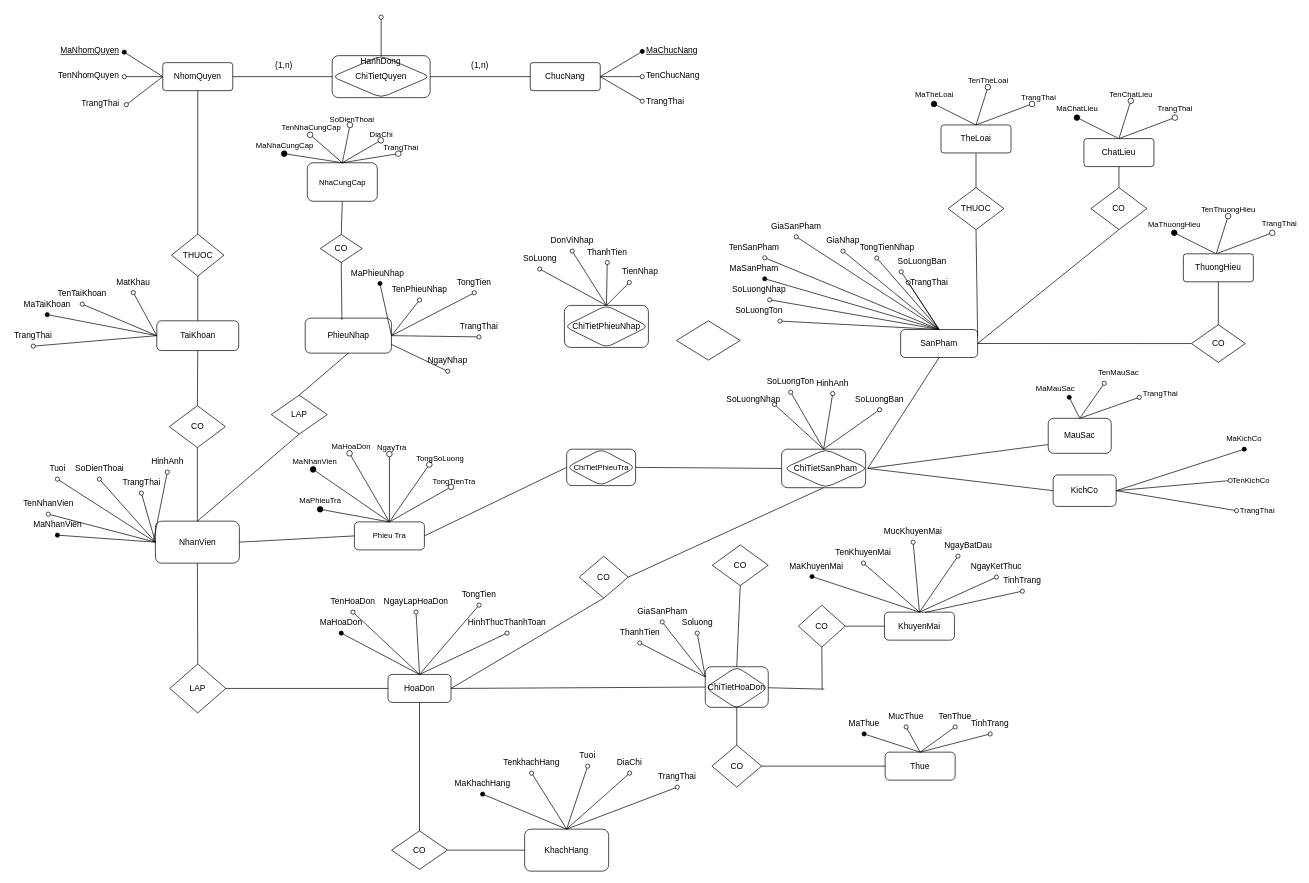
The draw.io diagram ERD.drawio in maivantai2003/SportStoreManager, before the edit. Source tidied: cells renumbered, new cells numbered last; positions are measured from the earlier drawing's top-left corner, leaving out a move shared by most shapes. Both pictures are drawn from the tidied source at 70%, with x=0, y=0 at pixel (12, 17).
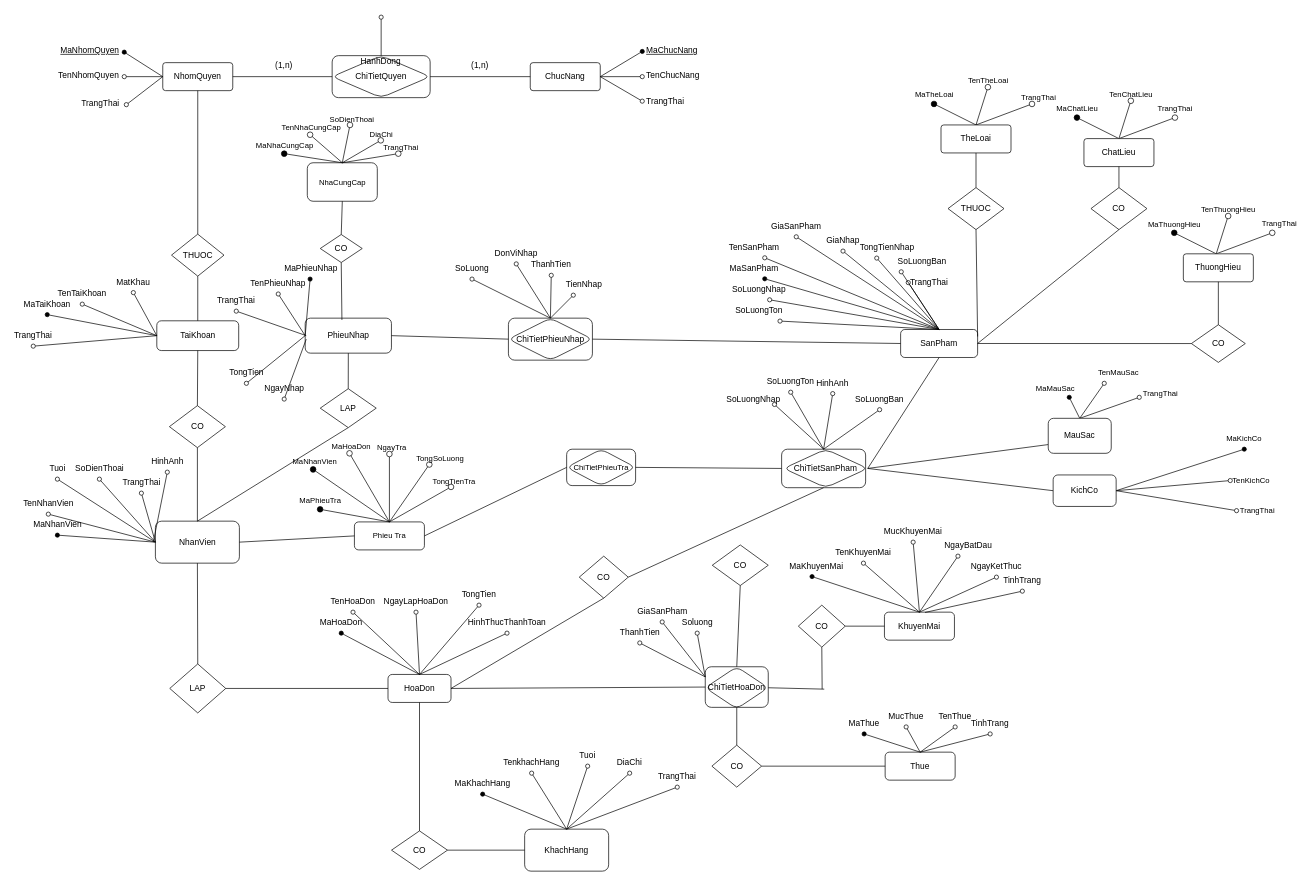
Above is the later version.

Commit message:
Cập nhật ERD.drawio

The change refers to these unchanged cells:
```xml
<mxCell id="3" value="SanPham" style="rounded=1;whiteSpace=wrap;html=1;" parent="1" vertex="1">
  <mxGeometry x="1269.1" y="446.2" width="110" height="40" as="geometry" />
</mxCell>
<mxCell id="132" value="PhieuNhap" style="rounded=1;whiteSpace=wrap;html=1;" parent="1" vertex="1">
  <mxGeometry x="418.5" y="430" width="123.2" height="50" as="geometry" />
</mxCell>
```

What changed in the source:
```diff
@@
     <mxCell id="164" style="rounded=1;whiteSpace=wrap;html=1;" parent="1" vertex="1">
-      <mxGeometry x="788.8" y="411.8" width="120" height="60" as="geometry" />
+      <mxGeometry x="708.8" y="430" width="120" height="60" as="geometry" />
     </mxCell>
     <mxCell id="165" value="ChiTietPhieuNhap" style="rhombus;whiteSpace=wrap;html=1;rounded=1;" parent="1" vertex="1">
-      <mxGeometry x="788.8" y="411.8" width="120" height="60" as="geometry" />
+      <mxGeometry x="708.8" y="430" width="120" height="60" as="geometry" />
     </mxCell>
@@
     <mxCell id="173" value="SoLuong" style="text;html=1;strokeColor=none;fillColor=none;align=center;verticalAlign=middle;whiteSpace=wrap;rounded=0;" parent="1" vertex="1">
-      <mxGeometry x="723.5" y="329.8" width="60" height="30" as="geometry" />
+      <mxGeometry x="626.8" y="344.2" width="60" height="30" as="geometry" />
     </mxCell>
@@
     <mxCell id="175" value="DonViNhap" style="text;html=1;strokeColor=none;fillColor=none;align=center;verticalAlign=middle;whiteSpace=wrap;rounded=0;" parent="1" vertex="1">
-      <mxGeometry x="770" y="304.2" width="60" height="30" as="geometry" />
+      <mxGeometry x="690" y="322.5" width="60" height="30" as="geometry" />
     </mxCell>
@@
     <mxCell id="177" value="ThanhTien" style="text;html=1;strokeColor=none;fillColor=none;align=center;verticalAlign=middle;whiteSpace=wrap;rounded=0;" parent="1" vertex="1">
-      <mxGeometry x="820" y="320.5" width="60" height="30" as="geometry" />
+      <mxGeometry x="740" y="338.8" width="60" height="30" as="geometry" />
     </mxCell>
     <mxCell id="178" value="TienNhap" style="text;html=1;strokeColor=none;fillColor=none;align=center;verticalAlign=middle;whiteSpace=wrap;rounded=0;" parent="1" vertex="1">
-      <mxGeometry x="866.5" y="349" width="60" height="30" as="geometry" />
+      <mxGeometry x="786.5" y="367.2" width="60" height="30" as="geometry" />
     </mxCell>
@@
-    <mxCell id="180" style="endArrow=oval;html=1;rounded=0;exitX=1;exitY=0.5;exitDx=0;exitDy=0;endFill=1;" parent="1" edge="1" source="132" target="181">
+    <mxCell id="180" style="endArrow=oval;html=1;rounded=0;exitX=0;exitY=0.5;exitDx=0;exitDy=0;endFill=1;" parent="1" edge="1" source="132" target="181">
       <mxGeometry relative="1" as="geometry" />
     </mxCell>
     <mxCell id="181" value="MaPhieuNhap" style="text;html=1;strokeColor=none;fillColor=none;align=center;verticalAlign=middle;whiteSpace=wrap;rounded=0;" parent="1" vertex="1">
-      <mxGeometry x="492" y="350.5" width="60" height="30" as="geometry" />
+      <mxGeometry x="396.8" y="344.2" width="60" height="30" as="geometry" />
     </mxCell>
     <mxCell id="182" value="NgayNhap" style="text;html=1;strokeColor=none;fillColor=none;align=center;verticalAlign=middle;whiteSpace=wrap;rounded=0;" parent="1" vertex="1">
-      <mxGeometry x="592" y="475.8" width="60" height="30" as="geometry" />
+      <mxGeometry x="358.5" y="515.6" width="60" height="30" as="geometry" />
     </mxCell>
-    <mxCell id="183" style="endArrow=oval;html=1;rounded=0;entryX=0.5;entryY=1;entryDx=0;entryDy=0;endFill=0;exitX=1;exitY=0.75;exitDx=0;exitDy=0;" parent="1" edge="1" source="132" target="182">
-      <mxGeometry relative="1" as="geometry" />
+    <mxCell id="183" style="endArrow=oval;html=1;rounded=0;entryX=0.5;entryY=1;entryDx=0;entryDy=0;endFill=0;" parent="1" edge="1" target="182">
+      <mxGeometry relative="1" as="geometry">
+        <mxPoint x="420" y="460" as="sourcePoint" />
+      </mxGeometry>
     </mxCell>
     <mxCell id="184" value="TenPhieuNhap" style="text;html=1;strokeColor=none;fillColor=none;align=center;verticalAlign=middle;whiteSpace=wrap;rounded=0;" parent="1" vertex="1">
-      <mxGeometry x="551.8" y="374.2" width="60" height="30" as="geometry" />
+      <mxGeometry x="350" y="365.5" width="60" height="30" as="geometry" />
     </mxCell>
-    <mxCell id="185" style="endArrow=oval;html=1;rounded=0;exitX=1;exitY=0.5;exitDx=0;exitDy=0;entryX=0.5;entryY=1;entryDx=0;entryDy=0;endFill=0;" parent="1" edge="1" source="132" target="184">
+    <mxCell id="185" style="endArrow=oval;html=1;rounded=0;exitX=0;exitY=0.5;exitDx=0;exitDy=0;entryX=0.5;entryY=1;entryDx=0;entryDy=0;endFill=0;" parent="1" edge="1" source="132" target="184">
       <mxGeometry relative="1" as="geometry" />
     </mxCell>
     <mxCell id="186" value="TongTien" style="text;html=1;strokeColor=none;fillColor=none;align=center;verticalAlign=middle;whiteSpace=wrap;rounded=0;" parent="1" vertex="1">
-      <mxGeometry x="630" y="363.8" width="60" height="30" as="geometry" />
+      <mxGeometry x="304.5" y="493.1" width="60" height="30" as="geometry" />
     </mxCell>
-    <mxCell id="187" style="endArrow=oval;html=1;rounded=0;exitX=1;exitY=0.5;exitDx=0;exitDy=0;entryX=0.5;entryY=1;entryDx=0;entryDy=0;endFill=0;" parent="1" edge="1" source="132" target="186">
+    <mxCell id="187" style="endArrow=oval;html=1;rounded=0;exitX=0;exitY=0.5;exitDx=0;exitDy=0;entryX=0.5;entryY=1;entryDx=0;entryDy=0;endFill=0;" parent="1" edge="1" source="132" target="186">
       <mxGeometry relative="1" as="geometry" />
     </mxCell>
     <mxCell id="188" value="TrangThai" style="text;html=1;strokeColor=none;fillColor=none;align=center;verticalAlign=middle;whiteSpace=wrap;rounded=0;" parent="1" vertex="1">
-      <mxGeometry x="636.8" y="426.8" width="60" height="30" as="geometry" />
+      <mxGeometry x="290" y="390" width="60" height="30" as="geometry" />
     </mxCell>
-    <mxCell id="189" style="endArrow=oval;html=1;rounded=0;exitX=1;exitY=0.5;exitDx=0;exitDy=0;entryX=0.5;entryY=1;entryDx=0;entryDy=0;endFill=0;" parent="1" edge="1" source="132" target="188">
-      <mxGeometry relative="1" as="geometry" />
+    <mxCell id="189" style="endArrow=oval;html=1;rounded=0;entryX=0.5;entryY=1;entryDx=0;entryDy=0;endFill=0;" parent="1" edge="1" target="188">
+      <mxGeometry relative="1" as="geometry">
+        <mxPoint x="420" y="455" as="sourcePoint" />
+      </mxGeometry>
     </mxCell>
@@
-    <mxCell id="228" style="rhombus;whiteSpace=wrap;html=1;" parent="1" vertex="1">
-      <mxGeometry x="948.9" y="433.8" width="91.1" height="56.2" as="geometry" />
-    </mxCell>
@@
     <mxCell id="233" value="LAP" style="rhombus;whiteSpace=wrap;html=1;" parent="1" vertex="1">
-      <mxGeometry x="370" y="540" width="80" height="55.6" as="geometry" />
+      <mxGeometry x="440" y="530.8" width="80" height="55.6" as="geometry" />
     </mxCell>
@@
+    <mxCell id="235" style="endArrow=none;html=1;rounded=0;exitX=1;exitY=0.5;exitDx=0;exitDy=0;entryX=0;entryY=0.5;entryDx=0;entryDy=0;" parent="1" edge="1" source="132" target="165">
+      <mxGeometry relative="1" as="geometry" />
+    </mxCell>
+    <mxCell id="236" style="endArrow=none;html=1;rounded=0;exitX=1;exitY=0.5;exitDx=0;exitDy=0;entryX=0;entryY=0.5;entryDx=0;entryDy=0;" parent="1" edge="1" source="164" target="3">
+      <mxGeometry relative="1" as="geometry" />
+    </mxCell>
```
